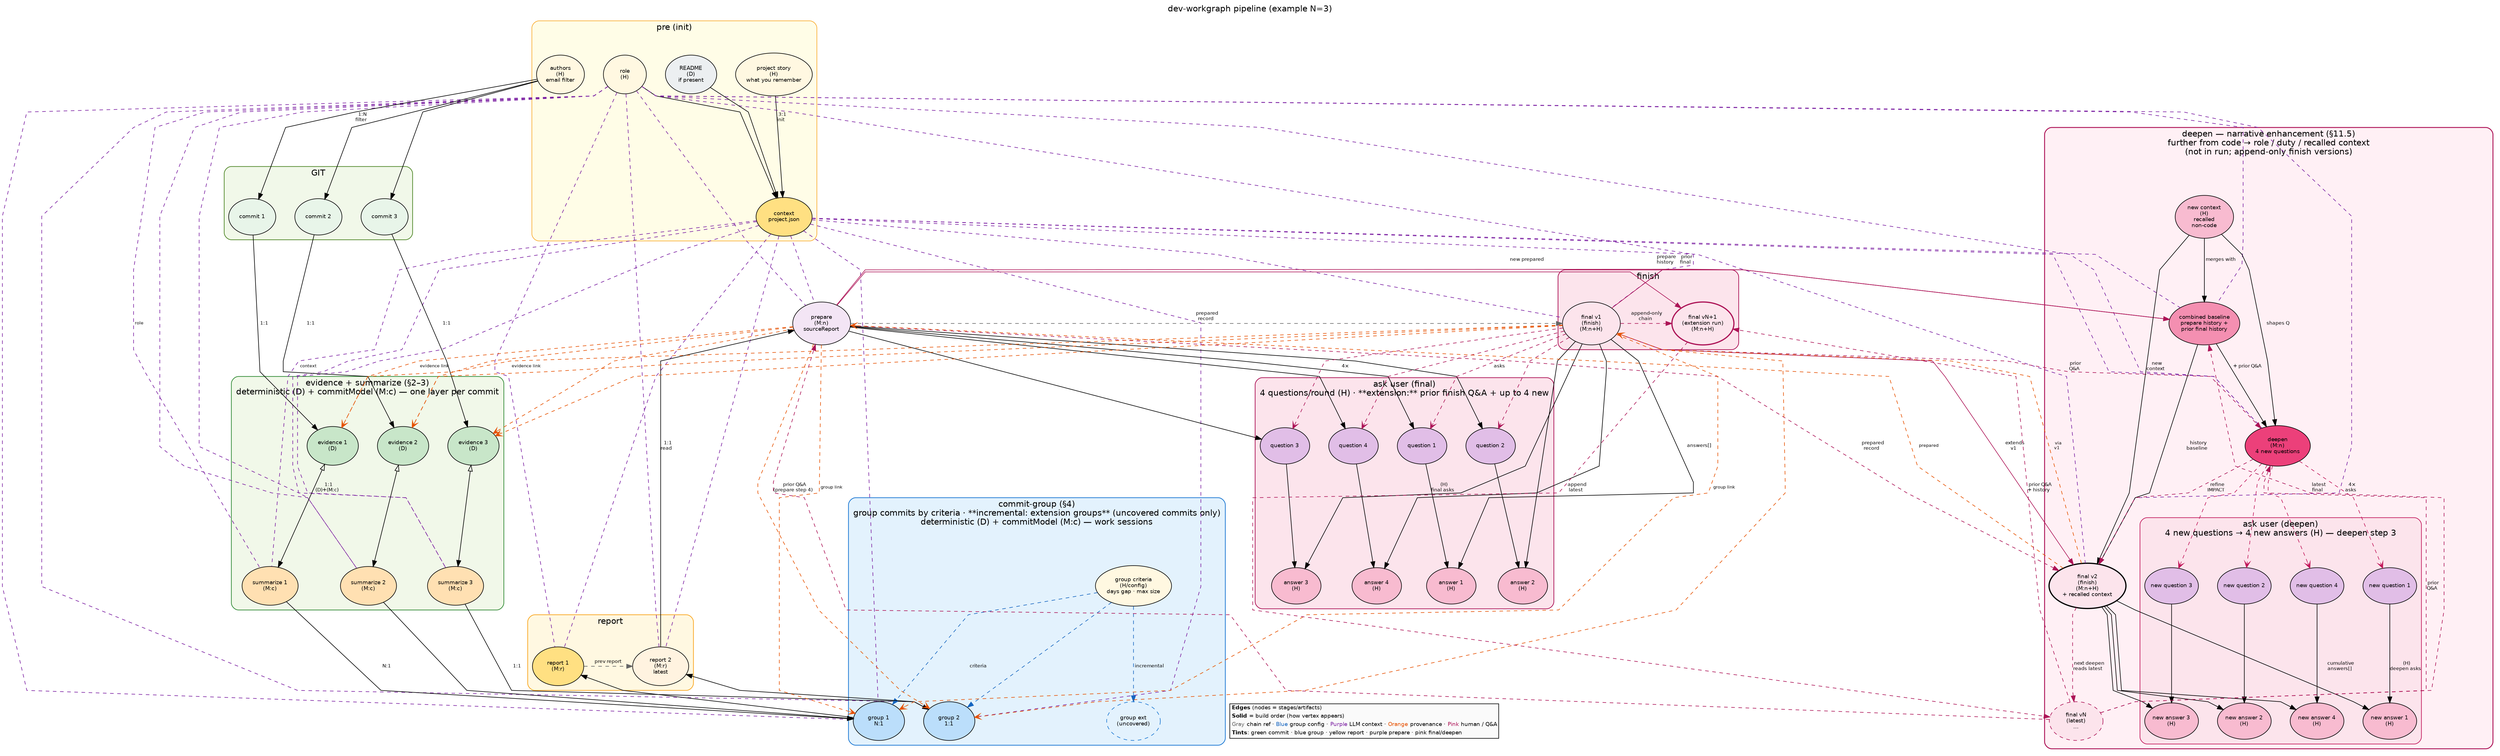
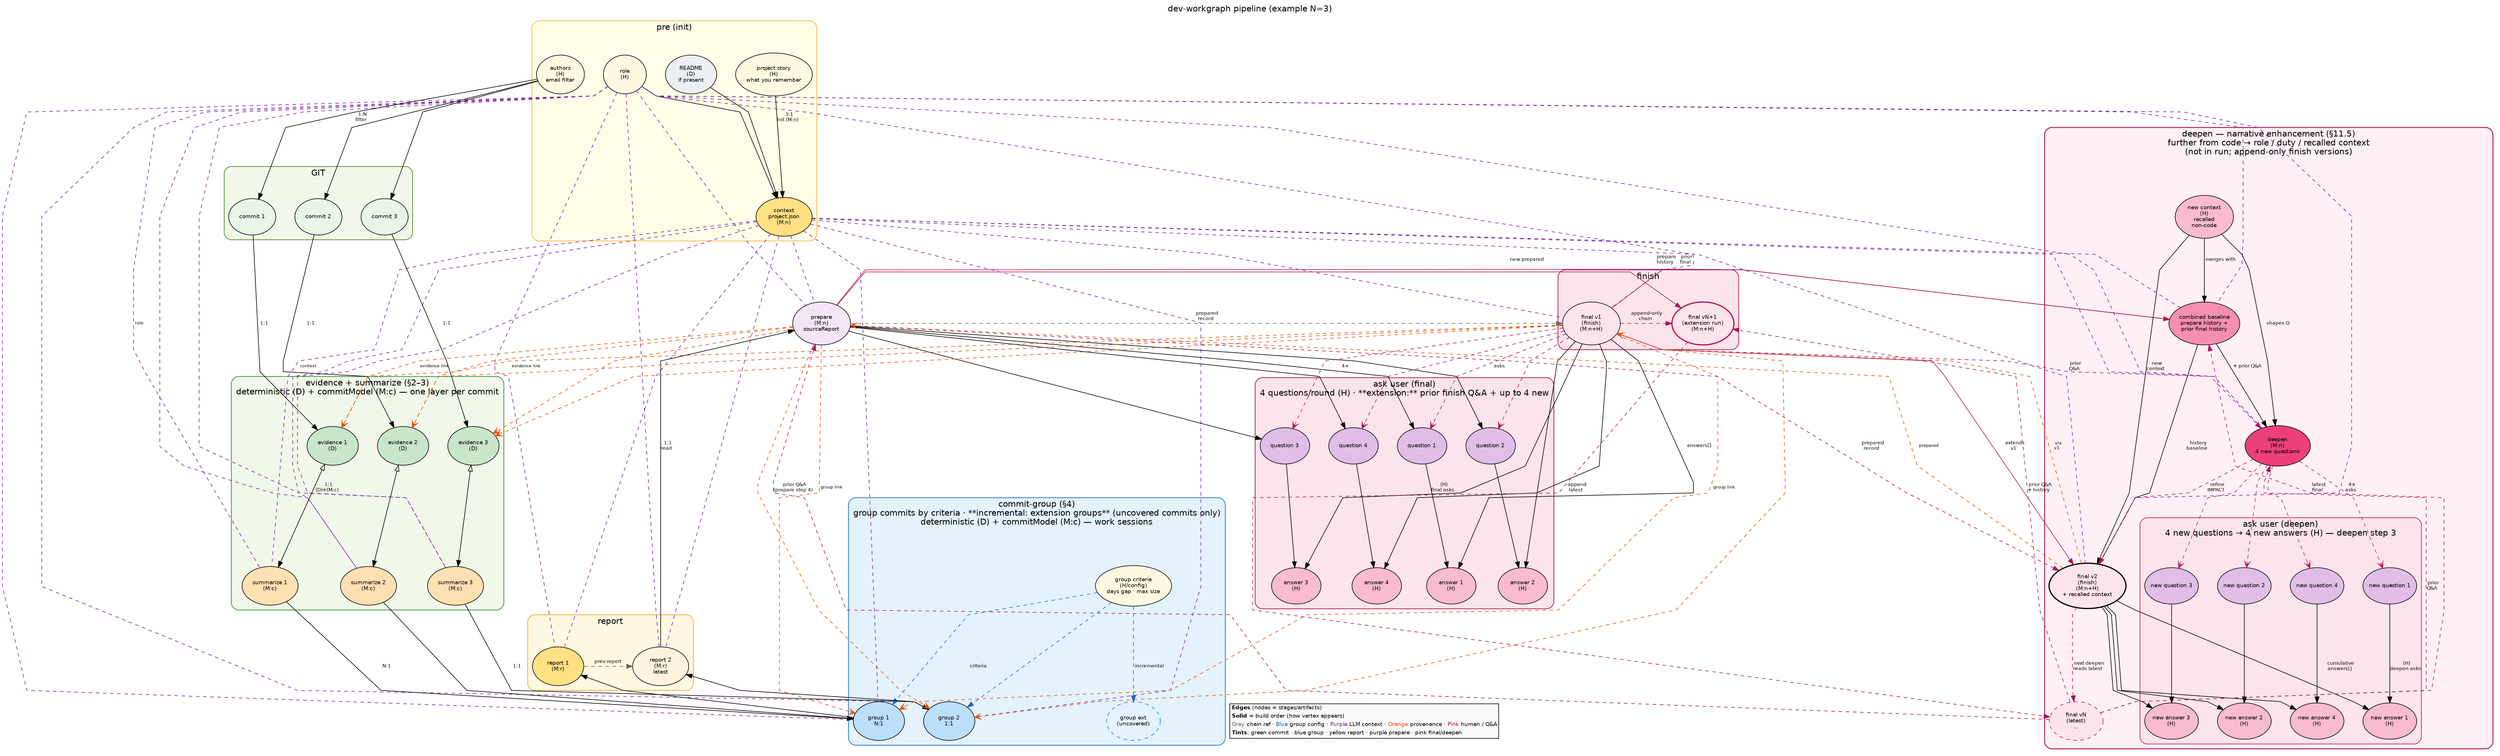
// dev-workgraph — pipeline graph (Graphviz)
//
// Render:
//   dot -Tpng uml/pipeline-graph.dot -o uml/pipeline-graph.png
//   dot -Tsvg uml/pipeline-graph.dot -o uml/pipeline-graph.svg

digraph pipeline {
  graph [
    rankdir=TB
    splines=polyline
    nodesep=0.45
    ranksep=0.75
    fontname="Helvetica"
    label="dev-workgraph pipeline (example N=3)"
    labelloc=t
  ]

  node [
    shape=ellipse
    style=filled
    fontname="Helvetica"
    fontsize=9
  ]

  edge [fontname="Helvetica" fontsize=8]

  // ── pre: human inputs → context (init) ──────────────────────────────

  subgraph cluster_pre {
    label="pre (init)"
    style=rounded
    color="#F9A825"
    bgcolor="#FFFDE7"

    v_story  [label="project story\n(H)\nwhat you remember" fillcolor="#FFF8E1" width=1.5 height=1.0]
    v_role   [label="role\n(H)" fillcolor="#FFF8E1" width=1.0 height=0.9]
    v_readme [label="README\n(D)\nif present" fillcolor="#ECEFF1" width=1.2 height=0.9]
    v_auth   [label="authors\n(H)\nemail filter" fillcolor="#FFF8E1" width=1.0 height=0.9]

-     v_context [label="context\nproject.json" fillcolor="#FFE082" width=1.3 height=0.9]
+     v_context [label="context\nproject.json\n(M:n)" fillcolor="#FFE082" width=1.3 height=0.9]

    { rank=same; v_story; v_role; v_readme; v_auth; }

-     v_story  -> v_context [label=" 3:1\ninit "]
+     v_story  -> v_context [label=" 3:1\ninit (M:n) "]
    v_role   -> v_context
    v_readme -> v_context
  }

  // ── GIT: filtered commits (authors → 1:N) ─────────────────────────────

  subgraph cluster_git {
    label="GIT"
    style=rounded
    color="#558B2F"
    bgcolor="#F1F8E9"
    penwidth=1.2

    v_c1 [label="commit 1" fillcolor="#E8F5E9" width=1.1 height=0.85]
    v_c2 [label="commit 2" fillcolor="#E8F5E9" width=1.1 height=0.85]
    v_c3 [label="commit 3" fillcolor="#E8F5E9" width=1.1 height=0.85]

    { rank=same; v_c1; v_c2; v_c3; }
  }

  v_auth -> v_c1 [label=" 1:N\nfilter "]
  v_auth -> v_c2
  v_auth -> v_c3

  // ── per commit: evidence (D) + summarize (M:c) ───────────────────────

  subgraph cluster_commit_layer {
    label="evidence + summarize (§2–3)\ndeterministic (D) + commitModel (M:c) — one layer per commit"
    style=rounded
    color="#388E3C"
    bgcolor="#F1F8E9"
    penwidth=1.2

    v_e1 [label="evidence 1\n(D)" fillcolor="#C8E6C9" width=1.2 height=0.9]
    v_e2 [label="evidence 2\n(D)" fillcolor="#C8E6C9" width=1.2 height=0.9]
    v_e3 [label="evidence 3\n(D)" fillcolor="#C8E6C9" width=1.2 height=0.9]

    { rank=same; v_e1; v_e2; v_e3; }

    v_s1 [label="summarize 1\n(M:c)" fillcolor="#FFE0B2" width=1.3 height=0.9]
    v_s2 [label="summarize 2\n(M:c)" fillcolor="#FFE0B2" width=1.3 height=0.9]
    v_s3 [label="summarize 3\n(M:c)" fillcolor="#FFE0B2" width=1.3 height=0.9]

    { rank=same; v_s1; v_s2; v_s3; }

    v_e1 -> v_s1 [label=" 1:1\n(D)+(M:c) ", dir=both arrowhead=normal arrowtail=onormal]
    v_e2 -> v_s2 [dir=both arrowhead=normal arrowtail=onormal]
    v_e3 -> v_s3 [dir=both arrowhead=normal arrowtail=onormal]
  }

  v_c1 -> v_e1 [label=" 1:1 "]
  v_c2 -> v_e2 [label=" 1:1 "]
  v_c3 -> v_e3 [label=" 1:1 "]

  // ── commit-group: group commits by criteria → work sessions ────────

  subgraph cluster_groups {
    label="commit-group (§4)\ngroup commits by criteria · **incremental: extension groups** (uncovered commits only)\ndeterministic (D) + commitModel (M:c) — work sessions"
    style=rounded
    color="#1976D2"
    bgcolor="#E3F2FD"
    penwidth=1.2

    v_gcrit [label="group criteria\n(H/config)\ndays gap · max size" fillcolor="#FFF8E1" width=1.35 height=0.95]

    v_g1 [label="group 1\nN:1" fillcolor="#BBDEFB" width=1.2 height=0.9]
    v_g2 [label="group 2\n1:1" fillcolor="#BBDEFB" width=1.2 height=0.9]
    v_gext [label="group ext\n(uncovered)" fillcolor="#E3F2FD" width=1.25 height=0.9 style="filled,dashed" color="#1976D2"]

    { rank=same; v_g1; v_g2; v_gext; }

    v_gcrit -> v_g1 [label=" criteria ", style=dashed color="#1565C0"]
    v_gcrit -> v_g2 [style=dashed color="#1565C0"]
    v_gcrit -> v_gext [label=" incremental ", style=dashed color="#1565C0"]
  }

  v_s1 -> v_g1 [label=" N:1 "]
  v_s2 -> v_g1
  v_s3 -> v_g2 [label=" 1:1 "]

  // ── report fold: groups → report chain ────────────────────────────────

  subgraph cluster_reports {
    label="report"
    style=rounded
    color="#F9A825"
    bgcolor="#FFF8E1"
    penwidth=1.2

    v_r1 [label="report 1\n(M:r)" fillcolor="#FFE082" width=1.2 height=0.9]
    v_r2 [label="report 2\n(M:r)\nlatest" fillcolor="#FFF3E0" width=1.3 height=0.9]

    { rank=same; v_r1; v_r2; }

    v_r1 -> v_r2 [label=" prev report ", style=dashed color="#666666"]
  }

  v_g1 -> v_r1 [label=" init\n1:1 "]
  v_g2 -> v_r2 [label=" merge\n1:1 "]

  // ── prepare → 4 questions → 4 answers (H) → final ─────────────────

  v_prep [label="prepare\n(M:n)\nsourceReport" fillcolor="#F3E5F5" width=1.35 height=1.0]

  v_r2 -> v_prep [label=" 1:1\nread "]

  subgraph cluster_ask_final {
    label="ask user (final)\n4 questions/round (H) · **extension:** prior finish Q&A + up to 4 new"
    style=rounded
    color="#AD1457"
    bgcolor="#FCE4EC"
    penwidth=1.2

    v_q1 [label="question 1" fillcolor="#E1BEE7" width=1.15 height=0.85]
    v_q2 [label="question 2" fillcolor="#E1BEE7" width=1.15 height=0.85]
    v_q3 [label="question 3" fillcolor="#E1BEE7" width=1.15 height=0.85]
    v_q4 [label="question 4" fillcolor="#E1BEE7" width=1.15 height=0.85]

    { rank=same; v_q1; v_q2; v_q3; v_q4; }

    v_a1 [label="answer 1\n(H)" fillcolor="#F8BBD0" width=1.15 height=0.85]
    v_a2 [label="answer 2\n(H)" fillcolor="#F8BBD0" width=1.15 height=0.85]
    v_a3 [label="answer 3\n(H)" fillcolor="#F8BBD0" width=1.15 height=0.85]
    v_a4 [label="answer 4\n(H)" fillcolor="#F8BBD0" width=1.15 height=0.85]

    { rank=same; v_a1; v_a2; v_a3; v_a4; }

    v_q1 -> v_a1 [label=" (H)\nfinal asks "]
    v_q2 -> v_a2
    v_q3 -> v_a3
    v_q4 -> v_a4
  }

  v_prep -> v_q1 [label=" 4× "]
  v_prep -> v_q2
  v_prep -> v_q3
  v_prep -> v_q4

  subgraph cluster_finish {
    label="finish"
    style=rounded
    color="#AD1457"
    bgcolor="#FCE4EC"
    penwidth=1.2

    v_fin [label="final v1\n(finish)\n(M:n+H)" fillcolor="#FCE4EC" width=1.35 height=1.0]
    v_fext [label="final vN+1\n(extension run)\n(M:n+H)" fillcolor="#FCE4EC" width=1.45 height=1.0 penwidth=2 color="#AD1457"]

    { rank=same; v_fin; v_fext; }

    v_fin -> v_fext [label=" append-only\nchain ", style=dashed color="#AD1457"]
  }

  v_prep -> v_fin [label=" prepared\nrecord ", style=dashed color="#666666"]

  v_fin -> v_a1 [label=" answers[] "]
  v_fin -> v_a2
  v_fin -> v_a3
  v_fin -> v_a4

  v_fin -> v_q1 [label=" asks ", style=dashed color="#AD1457" arrowhead=open]
  v_fin -> v_q2 [style=dashed color="#AD1457" arrowhead=open]
  v_fin -> v_q3 [style=dashed color="#AD1457" arrowhead=open]
  v_fin -> v_q4 [style=dashed color="#AD1457" arrowhead=open]

  // ── deepen: narrative enhancement — further from code → role / duty ─

  subgraph cluster_deepen {
    label="deepen — narrative enhancement (§11.5)\nfurther from code → role / duty / recalled context\n(not in run; append-only finish versions)"
    style=rounded
    color="#AD1457"
    bgcolor="#FFF0F5"
    penwidth=1.5

    v_recall [label="new context\n(H)\nrecalled\nnon-code" fillcolor="#F8BBD0" width=1.35 height=1.0]

    v_combine [label="combined baseline\nprepare history +\nprior final history" fillcolor="#F48FB1" width=1.55 height=1.0]

    v_deepen [label="deepen\n(M:n)\n4 new questions" fillcolor="#EC407A" width=1.35 height=0.95]

    subgraph cluster_ask_deepen {
      label="ask user (deepen)\n4 new questions → 4 new answers (H) — deepen step 3"
      style=rounded
      color="#C2185B"
      bgcolor="#FCE4EC"
      penwidth=1.1

      v_nq1 [label="new question 1" fillcolor="#E1BEE7" width=1.2 height=0.85]
      v_nq2 [label="new question 2" fillcolor="#E1BEE7" width=1.2 height=0.85]
      v_nq3 [label="new question 3" fillcolor="#E1BEE7" width=1.2 height=0.85]
      v_nq4 [label="new question 4" fillcolor="#E1BEE7" width=1.2 height=0.85]

      { rank=same; v_nq1; v_nq2; v_nq3; v_nq4; }

      v_na1 [label="new answer 1\n(H)" fillcolor="#F8BBD0" width=1.2 height=0.85]
      v_na2 [label="new answer 2\n(H)" fillcolor="#F8BBD0" width=1.2 height=0.85]
      v_na3 [label="new answer 3\n(H)" fillcolor="#F8BBD0" width=1.2 height=0.85]
      v_na4 [label="new answer 4\n(H)" fillcolor="#F8BBD0" width=1.2 height=0.85]

      { rank=same; v_na1; v_na2; v_na3; v_na4; }

      v_nq1 -> v_na1 [label=" (H)\ndeepen asks "]
      v_nq2 -> v_na2
      v_nq3 -> v_na3
      v_nq4 -> v_na4
    }

    v_fin2 [label="final v2\n(finish)\n(M:n+H)\n+ recalled context" fillcolor="#FCE4EC" width=1.45 height=1.05 penwidth=2]
    v_finN [label="final vN\n(latest)\n…" fillcolor="#FCE4EC" width=1.25 height=0.9 style="filled,dashed" color="#AD1457"]

    v_recall -> v_combine [label=" merges with "]
    v_combine -> v_deepen [label=" + prior Q&A "]
    v_recall -> v_deepen [label=" shapes Q "]

    v_deepen -> v_nq1 [label=" 4×\nasks ", style=dashed color="#C2185B" arrowhead=open]
    v_deepen -> v_nq2 [style=dashed color="#C2185B" arrowhead=open]
    v_deepen -> v_nq3 [style=dashed color="#C2185B" arrowhead=open]
    v_deepen -> v_nq4 [style=dashed color="#C2185B" arrowhead=open]

    v_combine -> v_fin2 [label=" history\nbaseline "]
    v_recall -> v_fin2 [label=" new\ncontext "]
    v_deepen -> v_fin2 [label=" refine\nIMPACT " style=dashed color="#AD1457"]
    v_fin2 -> v_na1 [label=" cumulative\nanswers[] "]
    v_fin2 -> v_na2
    v_fin2 -> v_na3
    v_fin2 -> v_na4

    v_fin2 -> v_finN [label=" next deepen\nreads latest ", style=dashed color="#AD1457"]

    v_finN -> v_combine [label=" latest\nfinal ", style=dashed color="#AD1457" constraint=false]
    v_finN -> v_deepen [label=" prior\nQ&A ", style=dashed color="#AD1457" constraint=false]
  }


  // prepare + final v1 feed the deepen cluster (no new code paths)
  v_finN -> v_fext [label=" prior Q&A\n+ history ", color="#AD1457" style=dashed]
  v_prep -> v_fext [label=" new prepared ", color="#AD1457"]
  v_fext -> v_finN [label=" append\nlatest ", color="#AD1457" style=dashed constraint=false]

  v_prep -> v_combine [label=" prepare\nhistory ", color="#AD1457"]
  v_fin -> v_combine [label=" prior\nfinal ", color="#AD1457"]
  v_fin -> v_deepen [label=" prior\nQ&A ", color="#AD1457" style=dashed]
  v_finN -> v_prep [label=" prior Q&A\n(prepare step 4) ", style=dashed color="#AD1457" constraint=false]
  v_prep -> v_fin2 [label=" prepared\nrecord ", style=dashed color="#AD1457"]
  v_fin -> v_fin2 [label=" extends\nv1 ", color="#AD1457"]

  // ── provenance: prepare + final keep links to groups and evidence ───

  {
    edge [
      style=dashed
      color="#E65100"
      arrowhead=open
      fontsize=7
    ]

    // prepare: via latest report (sourceGroups, historySource, groupCount)
    v_prep -> v_g1 [label=" group link "]
    v_prep -> v_g2
    v_prep -> v_e1 [label=" evidence link "]
    v_prep -> v_e2
    v_prep -> v_e3

    // final v1 (finish.json): sourceReport + sourcePrepared → same chain
    v_fin -> v_g1 [label=" group link "]
    v_fin -> v_g2
    v_fin -> v_e1 [label=" evidence link "]
    v_fin -> v_e2
    v_fin -> v_e3

    // final v2+ inherits code provenance only via prior finish (no new code reads)
    v_fin2 -> v_fin [label=" via\nv1 "]
    v_fin2 -> v_prep [label=" prepared "]
  }

  // ── context + role → every LLM stage (project context block) ────────

  {
    edge [
      style=dashed
      color="#7B1FA2"
      arrowhead=none
      fontsize=7
    ]

    v_context -> v_s1 [label=" context "]
    v_context -> v_s2
    v_context -> v_s3
    v_context -> v_g1
    v_context -> v_g2
    v_context -> v_r1
    v_context -> v_r2
    v_context -> v_prep
    v_context -> v_fin
    v_context -> v_combine
    v_context -> v_deepen
    v_context -> v_fin2

    v_role -> v_s1 [label=" role "]
    v_role -> v_s2
    v_role -> v_s3
    v_role -> v_g1
    v_role -> v_g2
    v_role -> v_r1
    v_role -> v_r2
    v_role -> v_prep
    v_role -> v_fin
    v_role -> v_combine
    v_role -> v_deepen
    v_role -> v_fin2
  }

  // ── legend: bottom-left, content-sized (no cluster — cluster stretched to full graph width) ──

  legend_compact [
    shape=plaintext
    margin=0
    label=<
      <TABLE BORDER="1" CELLBORDER="0" CELLPADDING="2" CELLSPACING="0" BGCOLOR="#FAFAFA">
        <TR><TD ALIGN="LEFT"><B>Edges</B> (nodes = stages/artifacts)</TD></TR>
        <TR><TD ALIGN="LEFT"><B>Solid</B> = build order (how vertex appears)</TD></TR>
        <TR><TD ALIGN="LEFT"><FONT COLOR="#666666">Gray</FONT> chain ref · <FONT COLOR="#1565C0">Blue</FONT> group config · <FONT COLOR="#7B1FA2">Purple</FONT> LLM context · <FONT COLOR="#E65100">Orange</FONT> provenance · <FONT COLOR="#AD1457">Pink</FONT> human / Q&amp;A</TD></TR>
        <TR><TD ALIGN="LEFT"><B>Tints</B>: green commit · blue group · yellow report · purple prepare · pink final/deepen</TD></TR>
      </TABLE>
    >
  ]

  { rank=sink; legend_compact; }
  v_gcrit -> legend_compact [style=invis weight=10 minlen=1]
}
